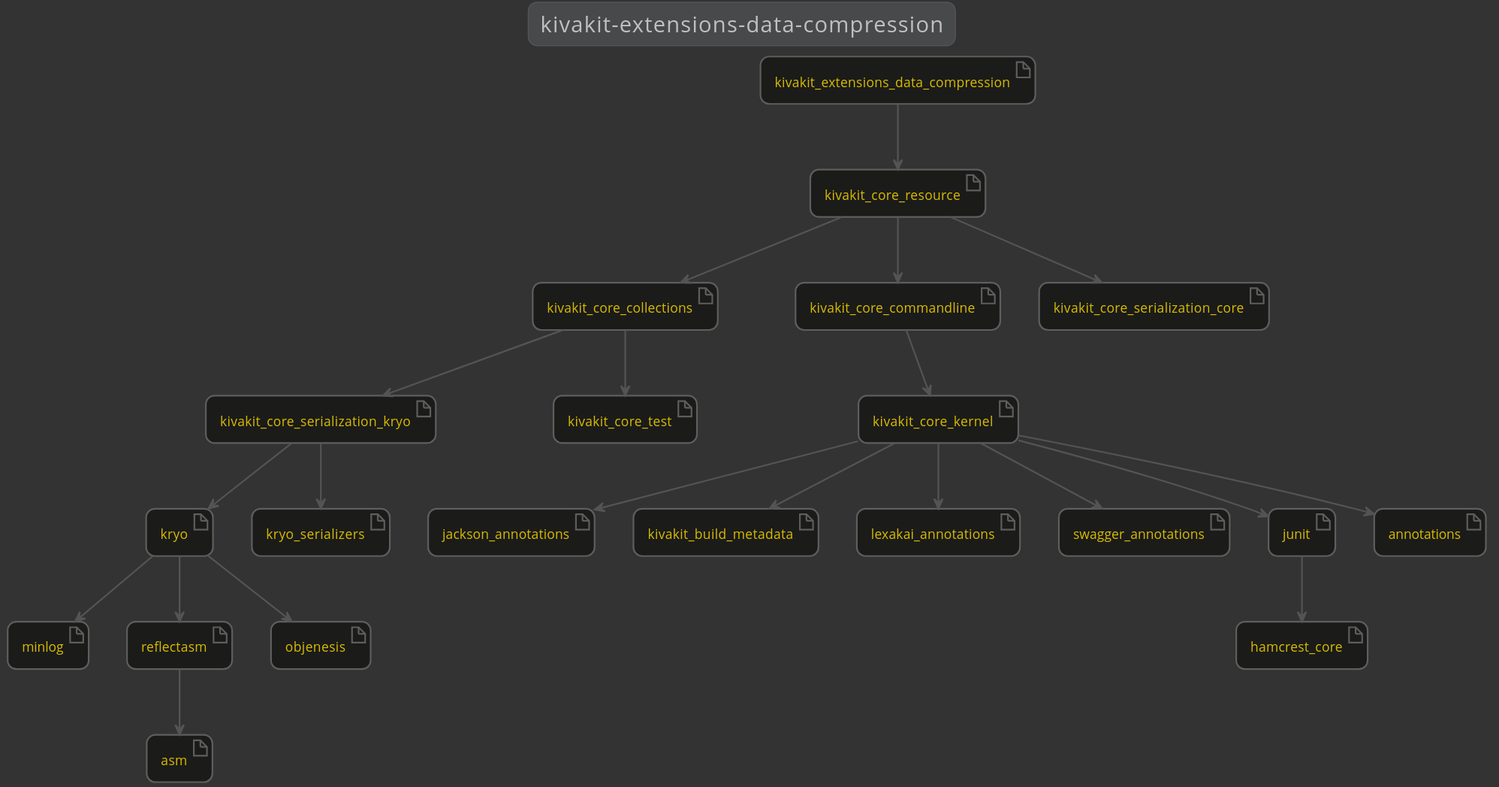
This is kivakit-data/compression/documentation/diagrams/dependencies.svg from Telenav/kivakit-extensions, a PlantUML export, as it was before one commit.
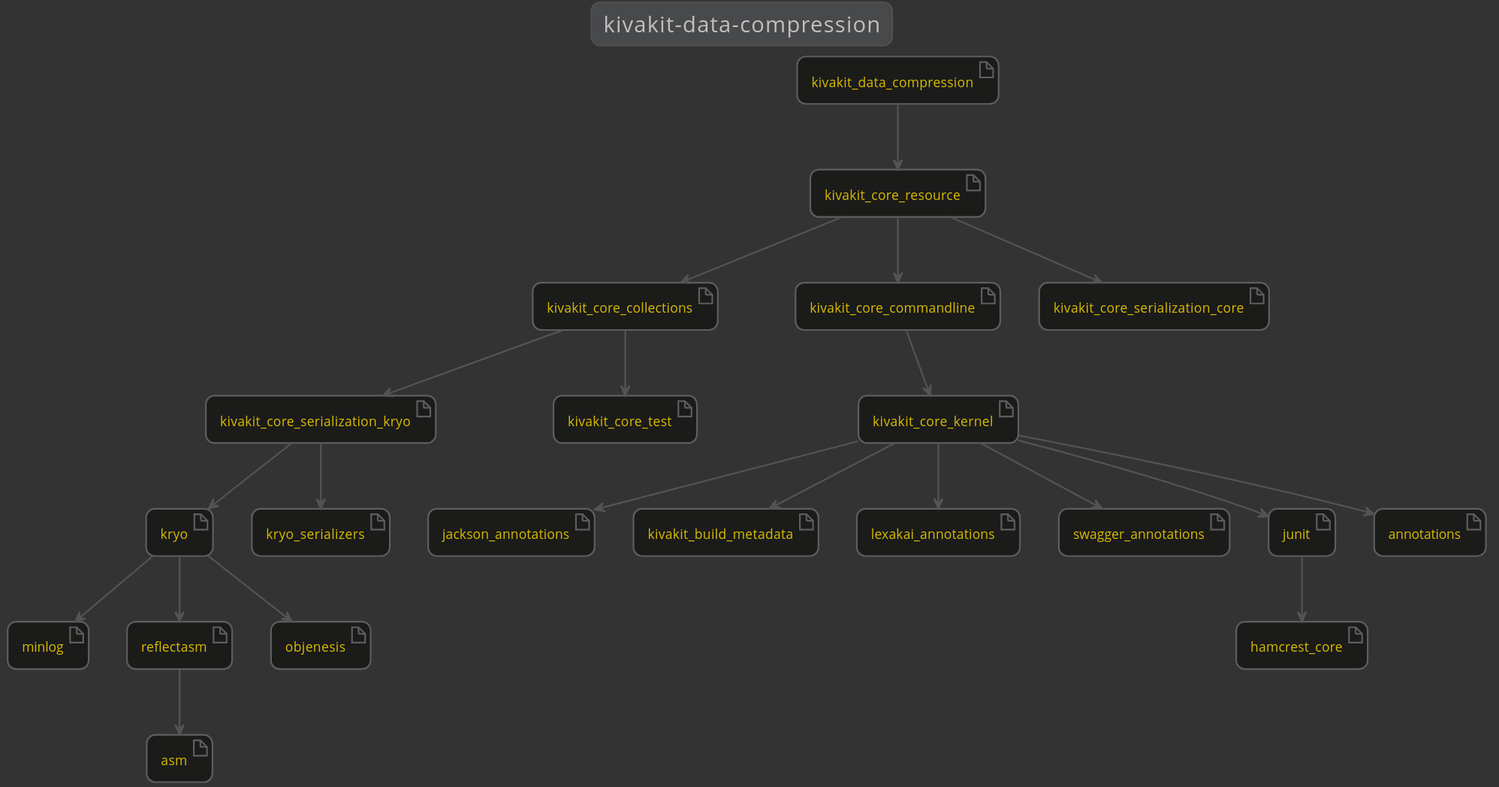
After the commit.

Diff of the diagram source:
```diff
@@ -2,7 +2,7 @@
 
     !include ../lexakai/lexakai.theme
 
-    title "kivakit-extensions-data-compression"
+    title "kivakit-data-compression"
 
     artifact kryo
     artifact minlog
@@ -16,7 +16,7 @@
     artifact kivakit_core_serialization_core
     artifact kivakit_core_serialization_kryo
     artifact kivakit_core_test
-    artifact kivakit_extensions_data_compression
+    artifact kivakit_data_compression
     artifact lexakai_annotations
     artifact kryo_serializers
     artifact swagger_annotations
@@ -40,7 +40,7 @@
     kivakit_core_resource --> kivakit_core_serialization_core
     kivakit_core_serialization_kryo --> kryo
     kivakit_core_serialization_kryo --> kryo_serializers
-    kivakit_extensions_data_compression --> kivakit_core_resource
+    kivakit_data_compression --> kivakit_core_resource
     kryo --> minlog
     kryo --> objenesis
     kryo --> reflectasm
```
